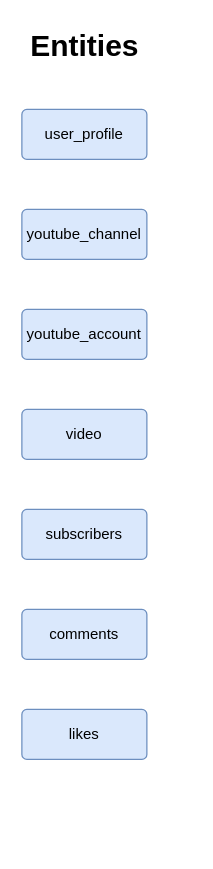
This is page "Entities" (1 of 3) of ERD/Youtube Database Design.drawio from osman-software-engineer/sql-project-3, a draw.io file, before an edit. Source tidied: cells renumbered, new cells numbered last; positions are measured from the earlier drawing's top-left corner, leaving out a move shared by most shapes. Both pictures are drawn from the tidied source at 125%, with x=0, y=0 at pixel (21, 21).
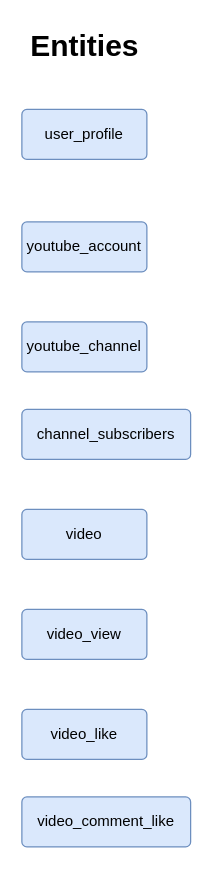
The same diagram, later.

The edit, as a diff of the source:
```diff
@@
 <mxGraphModel>
   <root>
     <mxCell id="0" />
     <mxCell id="1" parent="0" />
     <mxCell id="2" value="user_profile" style="rounded=1;arcSize=10;whiteSpace=wrap;html=1;align=center;fillColor=#dae8fc;strokeColor=#6c8ebf;" parent="1" vertex="1">
       <mxGeometry y="70" width="100" height="40" as="geometry" />
     </mxCell>
     <mxCell id="3" value="youtube_account" style="rounded=1;arcSize=10;whiteSpace=wrap;html=1;align=center;fillColor=#dae8fc;strokeColor=#6c8ebf;" parent="1" vertex="1">
-      <mxGeometry y="230" width="100" height="40" as="geometry" />
+      <mxGeometry y="160" width="100" height="40" as="geometry" />
     </mxCell>
     <mxCell id="4" value="video" style="rounded=1;arcSize=10;whiteSpace=wrap;html=1;align=center;fillColor=#dae8fc;strokeColor=#6c8ebf;" parent="1" vertex="1">
-      <mxGeometry y="310" width="100" height="40" as="geometry" />
+      <mxGeometry y="390" width="100" height="40" as="geometry" />
     </mxCell>
     <mxCell id="5" value="youtube_channel" style="rounded=1;arcSize=10;whiteSpace=wrap;html=1;align=center;fillColor=#dae8fc;strokeColor=#6c8ebf;" parent="1" vertex="1">
-      <mxGeometry y="150" width="100" height="40" as="geometry" />
+      <mxGeometry y="240" width="100" height="40" as="geometry" />
     </mxCell>
-    <mxCell id="6" value="likes" style="rounded=1;arcSize=10;whiteSpace=wrap;html=1;align=center;fillColor=#dae8fc;strokeColor=#6c8ebf;" parent="1" vertex="1">
+    <mxCell id="6" value="video_like" style="rounded=1;arcSize=10;whiteSpace=wrap;html=1;align=center;fillColor=#dae8fc;strokeColor=#6c8ebf;" parent="1" vertex="1">
       <mxGeometry y="550" width="100" height="40" as="geometry" />
     </mxCell>
-    <mxCell id="7" value="comments" style="rounded=1;arcSize=10;whiteSpace=wrap;html=1;align=center;fillColor=#dae8fc;strokeColor=#6c8ebf;" parent="1" vertex="1">
+    <mxCell id="7" value="video_view" style="rounded=1;arcSize=10;whiteSpace=wrap;html=1;align=center;fillColor=#dae8fc;strokeColor=#6c8ebf;" parent="1" vertex="1">
       <mxGeometry y="470" width="100" height="40" as="geometry" />
     </mxCell>
-    <mxCell id="8" value="subscribers" style="rounded=1;arcSize=10;whiteSpace=wrap;html=1;align=center;fillColor=#dae8fc;strokeColor=#6c8ebf;" parent="1" vertex="1">
-      <mxGeometry y="390" width="100" height="40" as="geometry" />
+    <mxCell id="8" value="channel_subscribers" style="rounded=1;arcSize=10;whiteSpace=wrap;html=1;align=center;fillColor=#dae8fc;strokeColor=#6c8ebf;" parent="1" vertex="1">
+      <mxGeometry y="310" width="135" height="40" as="geometry" />
     </mxCell>
     <mxCell id="9" value="Entities" style="text;strokeColor=none;fillColor=none;html=1;fontSize=24;fontStyle=1;verticalAlign=middle;align=center;" parent="1" vertex="1">
       <mxGeometry width="100" height="40" as="geometry" />
     </mxCell>
+    <mxCell id="10" value="video_comment_like" style="rounded=1;arcSize=10;whiteSpace=wrap;html=1;align=center;fillColor=#dae8fc;strokeColor=#6c8ebf;" parent="1" vertex="1">
+      <mxGeometry y="620" width="135" height="40" as="geometry" />
+    </mxCell>
   </root>
 </mxGraphModel>
```
